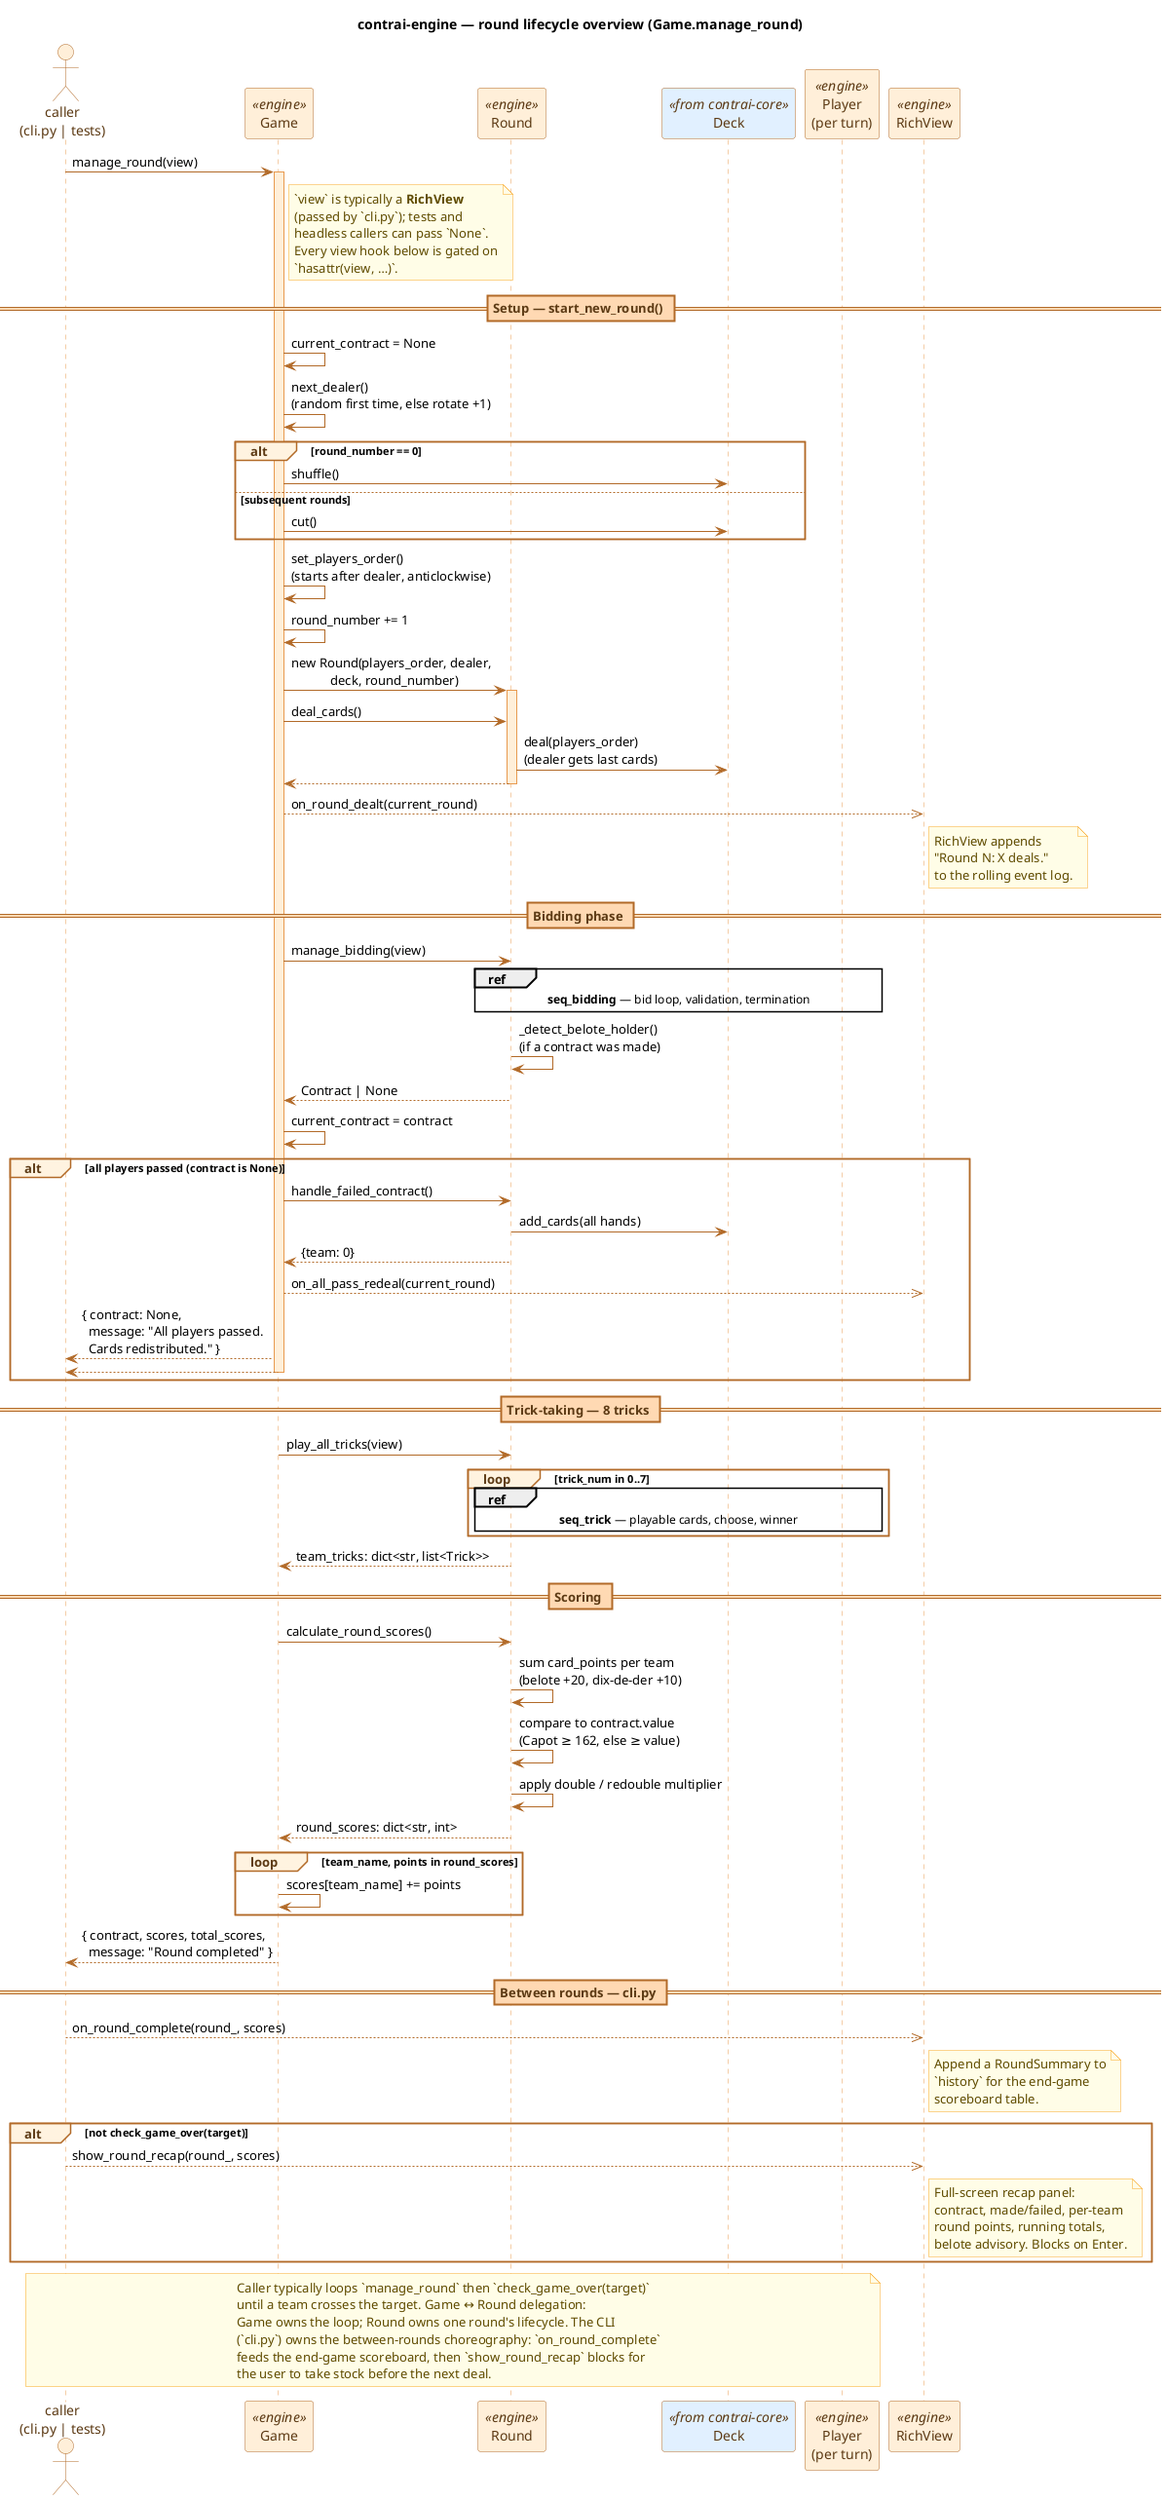
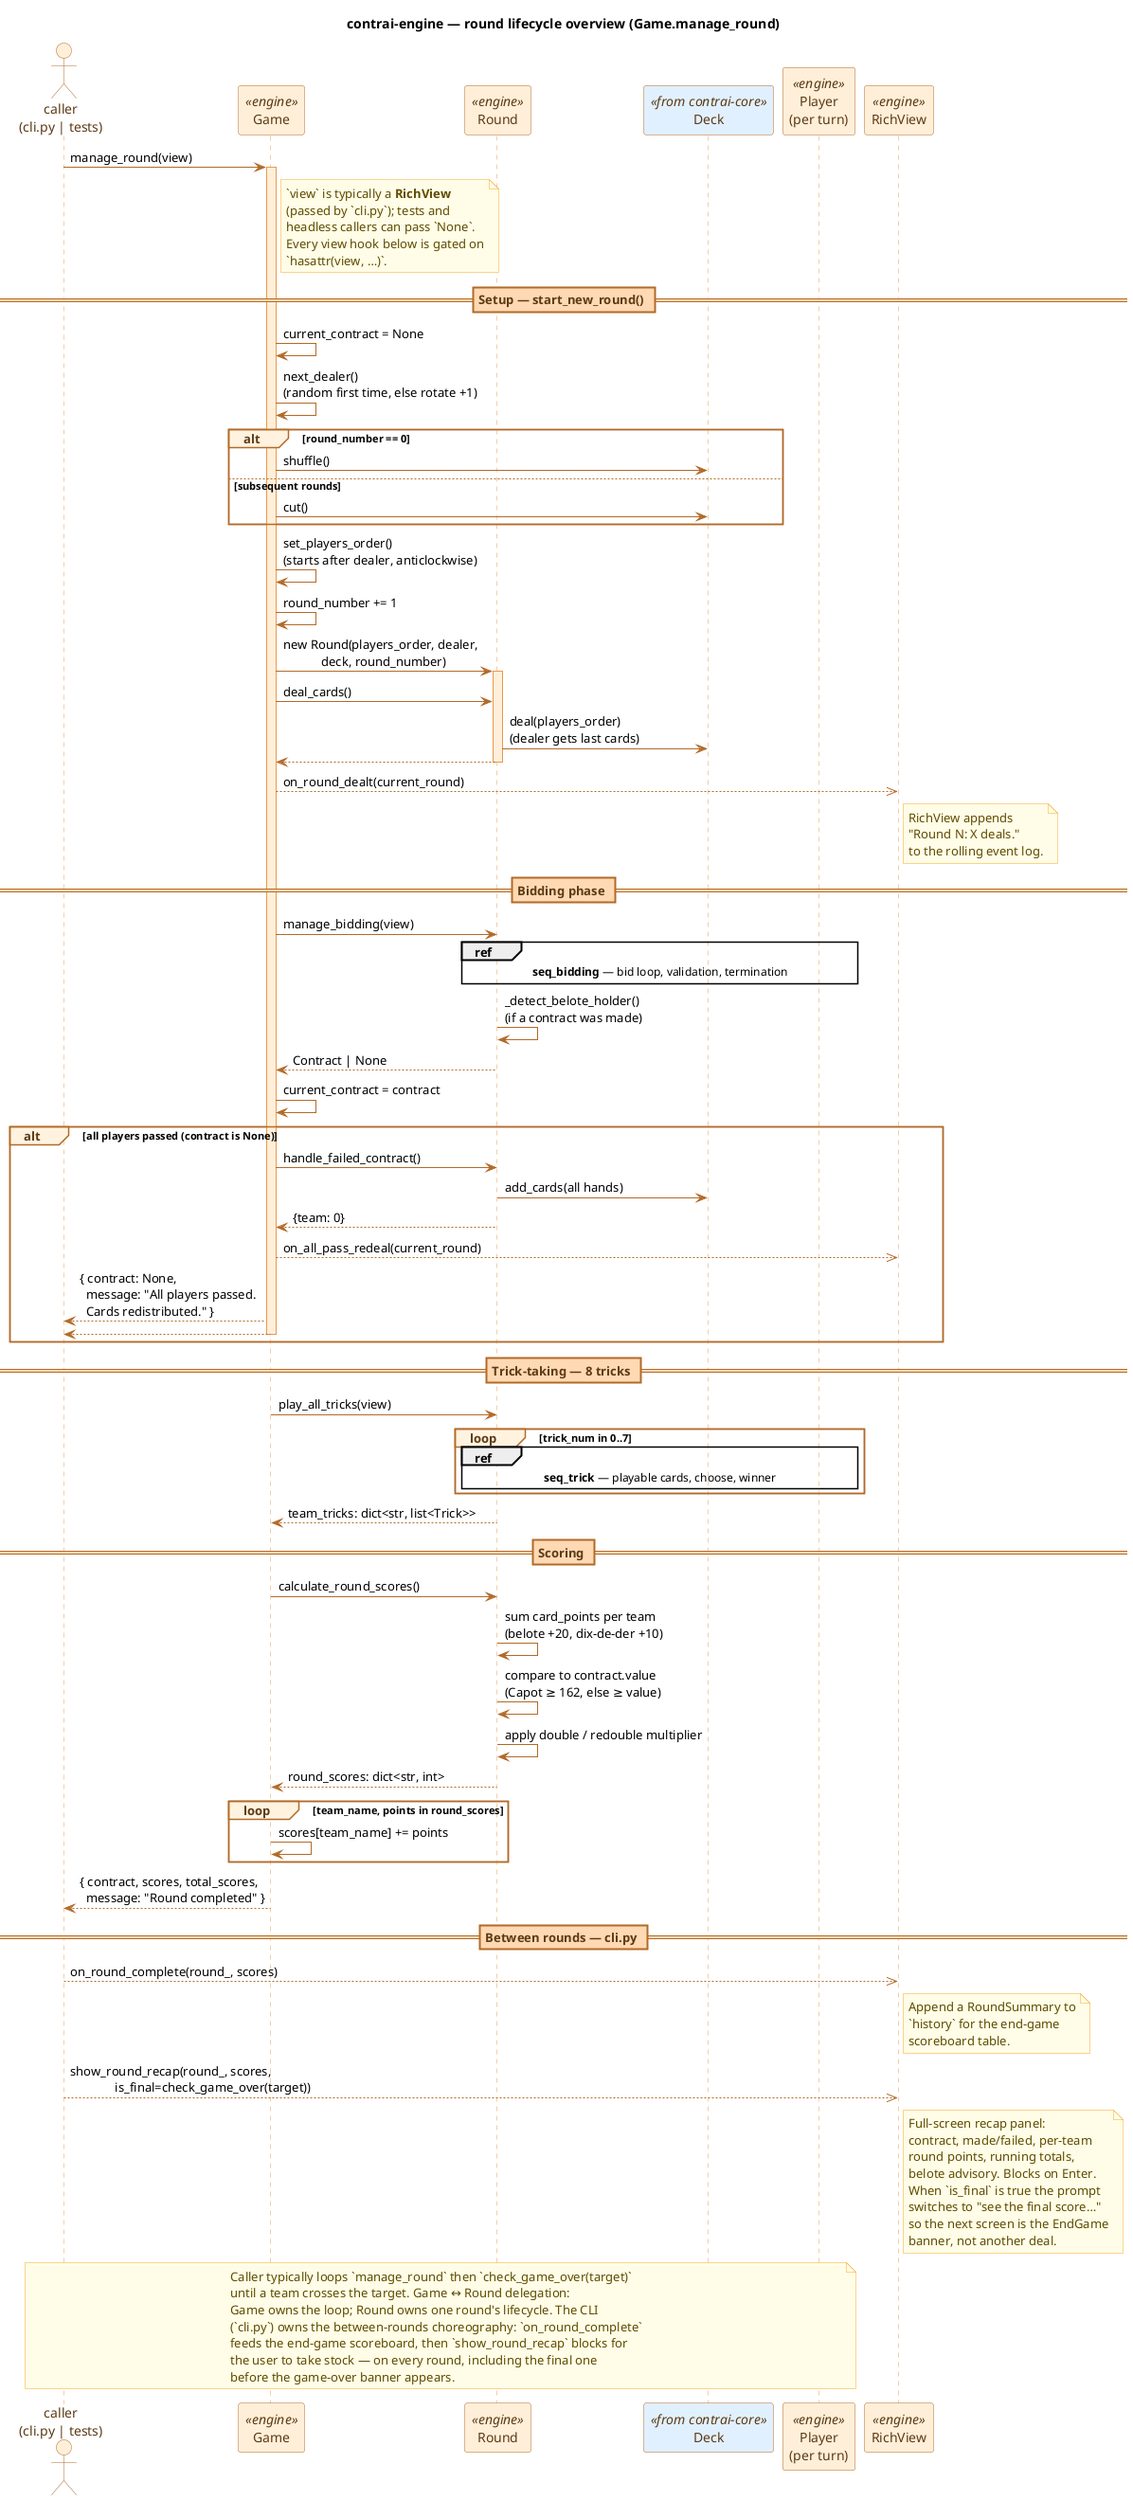
@startuml seq_round
title contrai-engine — round lifecycle overview (Game.manage_round)

' --- Palette: engine orange for engine participants, core blue for core types ---
skinparam shadowing false
skinparam sequence {
    ArrowColor #B26A28
    LifeLineBorderColor #E89A4F
    LifeLineBackgroundColor #FFEFD9
    ParticipantBorderColor #B26A28
    ParticipantBackgroundColor #FFEFD9
    ParticipantFontColor #5C3A14
    ActorBorderColor #B26A28
    ActorBackgroundColor #FFEFD9
    ActorFontColor #5C3A14
    GroupBorderColor #B26A28
    GroupBackgroundColor #FFF3E0
    GroupHeaderFontColor #5C3A14
    BoxBorderColor #B26A28
    BoxBackgroundColor #FFF3E0
    DividerBorderColor #B26A28
    DividerBackgroundColor #FFD9B3
    DividerFontColor #5C3A14
}
skinparam note {
    BackgroundColor #FFFDE7
    BorderColor #F9A825
    FontColor #5F4B00
}

actor "caller\n(cli.py | tests)" as C
participant "Game" as G <<engine>>
participant "Round" as R <<engine>>
participant "Deck" as D <<from contrai-core>> #E1F0FF
participant "Player\n(per turn)" as P <<engine>>
participant "RichView" as V <<engine>>

C -> G : manage_round(view)
note right of G
  `view` is typically a **RichView**
  (passed by `cli.py`); tests and
  headless callers can pass `None`.
  Every view hook below is gated on
  `hasattr(view, …)`.
end note
activate G

== Setup — start_new_round() ==

G -> G : current_contract = None
G -> G : next_dealer()\n(random first time, else rotate +1)
alt round_number == 0
    G -> D : shuffle()
else subsequent rounds
    G -> D : cut()
end
G -> G : set_players_order()\n(starts after dealer, anticlockwise)
G -> G : round_number += 1
G -> R : new Round(players_order, dealer,\n            deck, round_number)
activate R
G -> R : deal_cards()
R -> D : deal(players_order)\n(dealer gets last cards)
return

G -->> V : on_round_dealt(current_round)
note right of V
  RichView appends
  "Round N: X deals."
  to the rolling event log.
end note

== Bidding phase ==

G -> R : manage_bidding(view)
ref over R, P : **seq_bidding** — bid loop, validation, termination
R -> R : _detect_belote_holder()\n(if a contract was made)
R --> G : Contract | None
G -> G : current_contract = contract

alt all players passed (contract is None)
    G -> R : handle_failed_contract()
    R -> D : add_cards(all hands)
    R --> G : {team: 0}
    G -->> V : on_all_pass_redeal(current_round)
    G --> C : { contract: None,\n  message: "All players passed.\n  Cards redistributed." }
    return
end

== Trick-taking — 8 tricks ==

G -> R : play_all_tricks(view)
loop trick_num in 0..7
    ref over R, P : **seq_trick** — playable cards, choose, winner
end
R --> G : team_tricks: dict<str, list<Trick>>

== Scoring ==

G -> R : calculate_round_scores()
R -> R : sum card_points per team\n(belote +20, dix-de-der +10)
R -> R : compare to contract.value\n(Capot ≥ 162, else ≥ value)
R -> R : apply double / redouble multiplier
R --> G : round_scores: dict<str, int>
deactivate R

loop team_name, points in round_scores
    G -> G : scores[team_name] += points
end

G --> C : { contract, scores, total_scores,\n  message: "Round completed" }
deactivate G

== Between rounds — cli.py ==

C -->> V : on_round_complete(round_, scores)
note right of V
  Append a RoundSummary to
  `history` for the end-game
  scoreboard table.
end note
- alt not check_game_over(target)
-     C -->> V : show_round_recap(round_, scores)
-     note right of V
-       Full-screen recap panel:
-       contract, made/failed, per-team
-       round points, running totals,
-       belote advisory. Blocks on Enter.
-     end note
- end
+ C -->> V : show_round_recap(round_, scores,\n              is_final=check_game_over(target))
+ note right of V
+   Full-screen recap panel:
+   contract, made/failed, per-team
+   round points, running totals,
+   belote advisory. Blocks on Enter.
+   When `is_final` is true the prompt
+   switches to "see the final score…"
+   so the next screen is the EndGame
+   banner, not another deal.
+ end note

note over C, P
  Caller typically loops `manage_round` then `check_game_over(target)`
  until a team crosses the target. Game ↔ Round delegation:
  Game owns the loop; Round owns one round's lifecycle. The CLI
  (`cli.py`) owns the between-rounds choreography: `on_round_complete`
  feeds the end-game scoreboard, then `show_round_recap` blocks for
-   the user to take stock before the next deal.
+   the user to take stock — on every round, including the final one
+   before the game-over banner appears.
end note

@enduml
